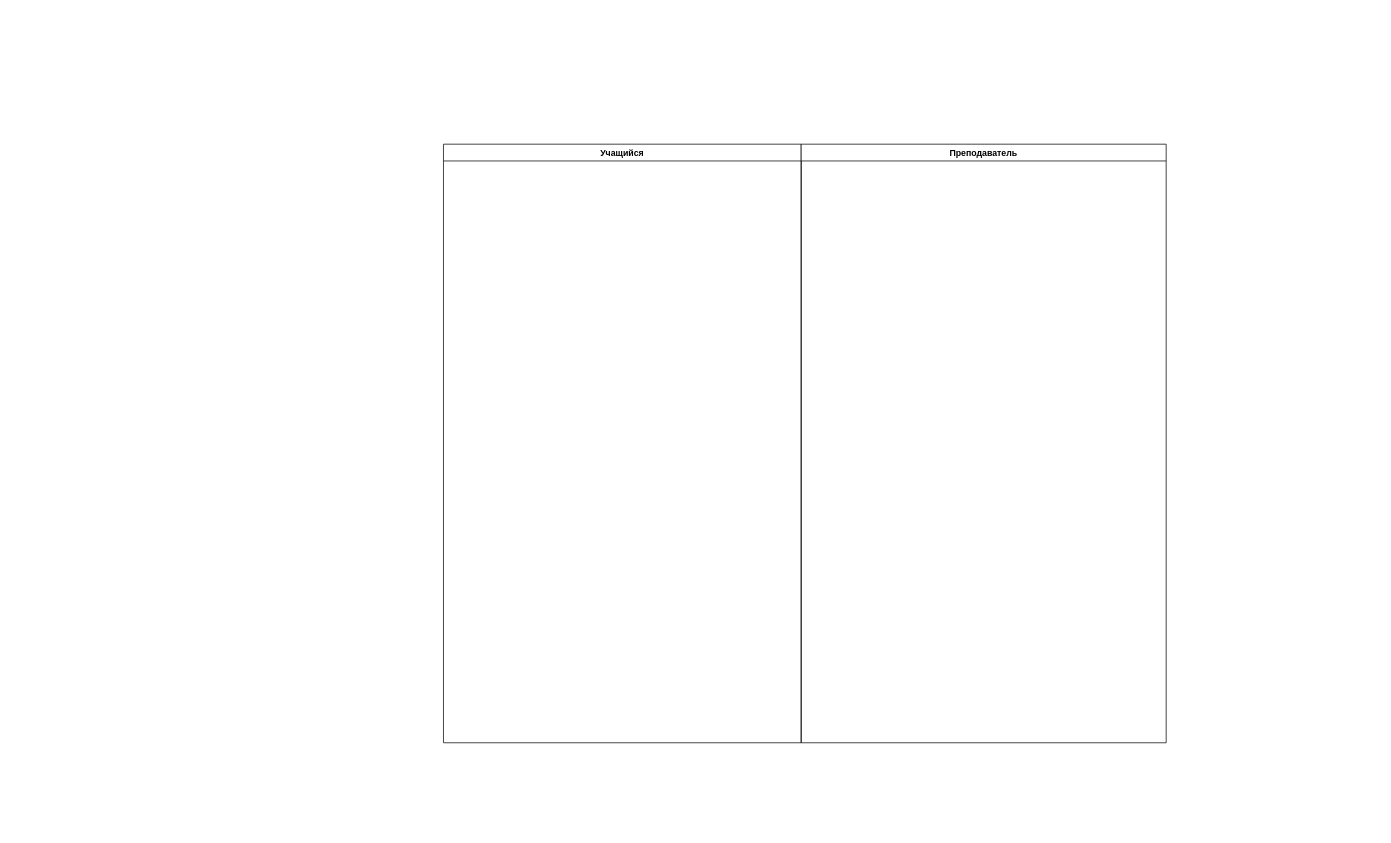
vishIGOR/SchemesForRequirementsEngineering keeps this draw.io diagram as diagrams/BusinessProcessesGoogleClass.drawio. Above is the earlier version. Source tidied: cells renumbered, new cells numbered last; positions are measured from the earlier drawing's top-left corner, leaving out a move shared by most shapes. Both pictures are drawn from the tidied source at 73%, with x=0, y=0 at pixel (443, 144).
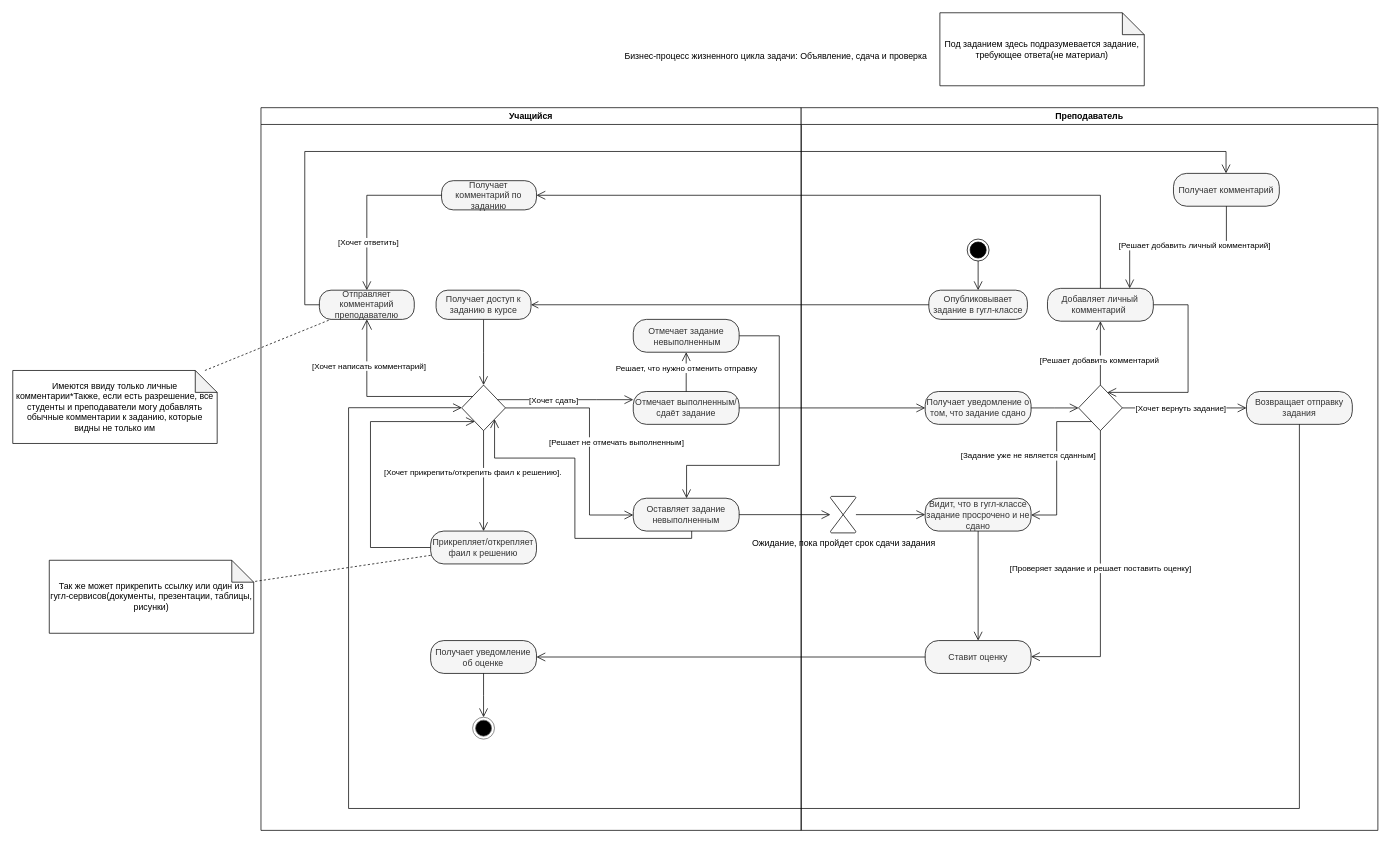
The same page after the edit.

Change to the diagram source:
```diff
@@
     <mxCell id="2" value="Учащийся" style="swimlane;" parent="1" vertex="1">
-      <mxGeometry width="490" height="820" as="geometry" />
+      <mxGeometry x="-250" y="-50" width="740" height="990" as="geometry" />
     </mxCell>
+    <mxCell id="4" style="edgeStyle=orthogonalEdgeStyle;rounded=0;jettySize=auto;html=1;endArrow=open;endFill=0;startSize=10;endSize=10;strokeColor=#000000;" parent="2" edge="1" source="5" target="6">
+      <mxGeometry relative="1" as="geometry" />
+    </mxCell>
+    <mxCell id="5" value="Получает доступ к заданию в курсе" style="rounded=1;whiteSpace=wrap;html=1;arcSize=40;fillColor=#f5f5f5;strokeColor=#000000;fontColor=#333333;" parent="2" vertex="1">
+      <mxGeometry x="239.9" y="250" width="130" height="40" as="geometry" />
+    </mxCell>
+    <mxCell id="6" style="rhombus;whiteSpace=wrap;html=1;strokeColor=#000000;" parent="2" vertex="1">
+      <mxGeometry x="274.9" y="380" width="60" height="62.5" as="geometry" />
+    </mxCell>
+    <mxCell id="7" style="edgeStyle=orthogonalEdgeStyle;rounded=0;jettySize=auto;html=1;endArrow=open;endFill=0;startSize=10;endSize=10;strokeColor=#000000;" parent="2" edge="1" source="8" target="6">
+      <mxGeometry relative="1" as="geometry">
+        <Array as="points">
+          <mxPoint x="150" y="603" />
+          <mxPoint x="150" y="430" />
+        </Array>
+      </mxGeometry>
+    </mxCell>
+    <mxCell id="8" value="Прикрепляет/открепляет фаил к решению" style="rounded=1;whiteSpace=wrap;html=1;arcSize=40;fillColor=#f5f5f5;strokeColor=#000000;fontColor=#333333;" parent="2" vertex="1">
+      <mxGeometry x="232.4" y="580" width="145" height="45" as="geometry" />
+    </mxCell>
+    <mxCell id="9" style="edgeStyle=orthogonalEdgeStyle;rounded=0;jettySize=auto;html=1;endArrow=open;endFill=0;startSize=10;endSize=10;strokeColor=#000000;" parent="2" edge="1" source="6" target="8">
+      <mxGeometry relative="1" as="geometry" />
+    </mxCell>
+    <mxCell id="10" value="[Хочет прикрепить/открепить фаил к решению]." style="edgeLabel;html=1;align=center;verticalAlign=middle;" parent="9" vertex="1">
+      <mxGeometry x="-0.35" y="-1" relative="1" as="geometry">
+        <mxPoint x="-14" y="12" as="offset" />
+      </mxGeometry>
+    </mxCell>
+    <mxCell id="11" value="Получает комментарий по заданию" style="rounded=1;whiteSpace=wrap;html=1;arcSize=40;fillColor=#f5f5f5;strokeColor=#000000;fontColor=#333333;" parent="2" vertex="1">
+      <mxGeometry x="247.4" y="100" width="130" height="40" as="geometry" />
+    </mxCell>
+    <mxCell id="12" value="Отмечает выполненным/сдаёт задание" style="rounded=1;whiteSpace=wrap;html=1;arcSize=40;fillColor=#f5f5f5;strokeColor=#000000;fontColor=#333333;" parent="2" vertex="1">
+      <mxGeometry x="510" y="388.8" width="145" height="45" as="geometry" />
+    </mxCell>
+    <mxCell id="13" style="edgeStyle=orthogonalEdgeStyle;rounded=0;jettySize=auto;html=1;endArrow=open;endFill=0;startSize=10;endSize=10;strokeColor=#000000;" parent="2" edge="1" source="6" target="12">
+      <mxGeometry relative="1" as="geometry">
+        <Array as="points">
+          <mxPoint x="460" y="400" />
+          <mxPoint x="460" y="400" />
+        </Array>
+      </mxGeometry>
+    </mxCell>
+    <mxCell id="14" value="[Хочет сдать]" style="edgeLabel;html=1;align=center;verticalAlign=middle;" parent="13" vertex="1">
+      <mxGeometry x="-0.38" y="-1" relative="1" as="geometry">
+        <mxPoint x="18" y="-1" as="offset" />
+      </mxGeometry>
+    </mxCell>
+    <mxCell id="15" value="Отправляет комментарий преподавателю" style="rounded=1;whiteSpace=wrap;html=1;arcSize=40;fillColor=#f5f5f5;strokeColor=#000000;fontColor=#333333;" parent="2" vertex="1">
+      <mxGeometry x="80" y="250" width="130" height="40" as="geometry" />
+    </mxCell>
+    <mxCell id="16" style="endArrow=open;endFill=1;endSize=12;html=1;rounded=0;strokeColor=#000000;exitX=0;exitY=0;exitDx=0;exitDy=0;edgeStyle=orthogonalEdgeStyle;" parent="2" edge="1" source="6" target="15">
+      <mxGeometry relative="1" as="geometry" />
+    </mxCell>
+    <mxCell id="17" value="[Хочет написать комментарий]" style="edgeLabel;html=1;align=center;verticalAlign=middle;" parent="16" vertex="1">
+      <mxGeometry x="0.49" y="-2" relative="1" as="geometry" />
+    </mxCell>
+    <mxCell id="18" style="edgeStyle=orthogonalEdgeStyle;rounded=0;jettySize=auto;html=1;endArrow=open;endFill=0;startSize=10;endSize=10;strokeColor=#000000;" parent="2" edge="1" source="11" target="15">
+      <mxGeometry relative="1" as="geometry" />
+    </mxCell>
+    <mxCell id="19" value="[Хочет ответить]" style="edgeLabel;html=1;align=center;verticalAlign=middle;" parent="18" vertex="1">
+      <mxGeometry x="-0.15" y="2" relative="1" as="geometry">
+        <mxPoint x="-2" y="62" as="offset" />
+      </mxGeometry>
+    </mxCell>
+    <mxCell id="20" value="Получает уведомление об оценке" style="rounded=1;whiteSpace=wrap;html=1;arcSize=40;fillColor=#f5f5f5;strokeColor=#000000;fontColor=#333333;" parent="2" vertex="1">
+      <mxGeometry x="232.4" y="730" width="145" height="45" as="geometry" />
+    </mxCell>
+    <mxCell id="21" value="Оставляет задание невыполненным" style="rounded=1;whiteSpace=wrap;html=1;arcSize=40;fillColor=#f5f5f5;strokeColor=#000000;fontColor=#333333;" parent="2" vertex="1">
+      <mxGeometry x="510" y="535" width="145" height="45" as="geometry" />
+    </mxCell>
+    <mxCell id="22" style="endArrow=open;html=1;rounded=0;startSize=10;endSize=10;strokeColor=#000000;edgeStyle=orthogonalEdgeStyle;endFill=0;" parent="2" edge="1" source="6" target="21">
+      <mxGeometry relative="1" as="geometry">
+        <Array as="points">
+          <mxPoint x="450" y="411" />
+          <mxPoint x="450" y="558" />
+        </Array>
+      </mxGeometry>
+    </mxCell>
+    <mxCell id="23" value="[Решает не отмечать выполненным]" style="edgeLabel;html=1;align=center;verticalAlign=middle;" parent="22" vertex="1">
+      <mxGeometry x="0.03" y="-3" relative="1" as="geometry">
+        <mxPoint x="39" y="-5" as="offset" />
+      </mxGeometry>
+    </mxCell>
+    <mxCell id="24" style="edgeStyle=orthogonalEdgeStyle;rounded=0;jettySize=auto;html=1;endArrow=open;endFill=0;startSize=10;endSize=10;strokeColor=#000000;" parent="2" edge="1" source="21" target="6">
+      <mxGeometry relative="1" as="geometry">
+        <Array as="points">
+          <mxPoint x="590" y="590" />
+          <mxPoint x="430" y="590" />
+          <mxPoint x="430" y="480" />
+          <mxPoint x="320" y="480" />
+        </Array>
+      </mxGeometry>
+    </mxCell>
+    <mxCell id="25" style="edgeStyle=orthogonalEdgeStyle;rounded=0;jettySize=auto;html=1;endArrow=open;endFill=0;startSize=10;endSize=10;strokeColor=#000000;" parent="2" edge="1" source="26" target="21">
+      <mxGeometry relative="1" as="geometry">
+        <Array as="points">
+          <mxPoint x="710" y="312" />
+          <mxPoint x="710" y="490" />
+          <mxPoint x="583" y="490" />
+        </Array>
+      </mxGeometry>
+    </mxCell>
+    <mxCell id="26" value="Отмечает&amp;nbsp;задание&lt;br&gt;&amp;nbsp;невыполненным" style="rounded=1;whiteSpace=wrap;html=1;arcSize=40;fillColor=#f5f5f5;strokeColor=#000000;fontColor=#333333;" parent="2" vertex="1">
+      <mxGeometry x="510" y="290" width="145" height="45" as="geometry" />
+    </mxCell>
+    <mxCell id="27" style="edgeStyle=orthogonalEdgeStyle;rounded=0;jettySize=auto;html=1;endArrow=open;endFill=0;startSize=10;endSize=10;strokeColor=#000000;" parent="2" edge="1" source="12" target="26">
+      <mxGeometry relative="1" as="geometry">
+        <Array as="points">
+          <mxPoint x="582" y="350" />
+          <mxPoint x="582" y="350" />
+        </Array>
+      </mxGeometry>
+    </mxCell>
+    <mxCell id="28" value="Решает, что нужно отменить отправку" style="edgeLabel;html=1;align=center;verticalAlign=middle;" parent="27" vertex="1">
+      <mxGeometry x="-0.45" y="2" relative="1" as="geometry">
+        <mxPoint x="2" y="-17" as="offset" />
+      </mxGeometry>
+    </mxCell>
     <mxCell id="3" value="Преподаватель" style="swimlane;" parent="1" vertex="1">
-      <mxGeometry x="490" width="500" height="820" as="geometry" />
+      <mxGeometry x="490" y="-50" width="790" height="990" as="geometry" />
     </mxCell>
+    <mxCell id="29" style="ellipse;html=1;shape=endState;fillColor=#000000;strokeColor=#000000;fontColor=#333333;" parent="3" vertex="1">
+      <mxGeometry x="227.4" y="180" width="30" height="30" as="geometry" />
+    </mxCell>
+    <mxCell id="30" value="Опубликовывает задание в гугл-классе" style="rounded=1;whiteSpace=wrap;html=1;arcSize=40;fillColor=#f5f5f5;strokeColor=#000000;fontColor=#333333;" parent="3" vertex="1">
+      <mxGeometry x="174.9" y="250" width="135" height="40" as="geometry" />
+    </mxCell>
+    <mxCell id="31" style="edgeStyle=orthogonalEdgeStyle;rounded=0;jettySize=auto;html=1;endArrow=open;endFill=0;endSize=10;startSize=10;fillColor=#f5f5f5;strokeColor=#000000;" parent="3" edge="1" source="29" target="30">
+      <mxGeometry relative="1" as="geometry" />
+    </mxCell>
+    <mxCell id="32" value="Получает уведомление о том, что задание сдано" style="rounded=1;whiteSpace=wrap;html=1;arcSize=40;fillColor=#f5f5f5;strokeColor=#000000;fontColor=#333333;" parent="3" vertex="1">
+      <mxGeometry x="169.9" y="388.8" width="145" height="45" as="geometry" />
+    </mxCell>
+    <mxCell id="33" style="edgeStyle=orthogonalEdgeStyle;rounded=0;jettySize=auto;html=1;endArrow=open;endFill=0;startSize=10;endSize=10;strokeColor=#000000;" parent="3" edge="1" source="34" target="37">
+      <mxGeometry relative="1" as="geometry" />
+    </mxCell>
+    <mxCell id="34" value="Видит, что в гугл-классе задание просрочено и не сдано" style="rounded=1;whiteSpace=wrap;html=1;arcSize=40;fillColor=#f5f5f5;strokeColor=#000000;fontColor=#333333;" parent="3" vertex="1">
+      <mxGeometry x="169.9" y="535" width="145" height="45" as="geometry" />
+    </mxCell>
+    <mxCell id="35" style="edgeStyle=orthogonalEdgeStyle;rounded=0;jettySize=auto;html=1;endArrow=open;endFill=0;startSize=10;endSize=10;strokeColor=#000000;" parent="3" edge="1" source="36" target="34">
+      <mxGeometry relative="1" as="geometry" />
+    </mxCell>
+    <mxCell id="36" value="Ожидание, пока пройдет срок сдачи задания" style="verticalLabelPosition=bottom;verticalAlign=top;html=1;shape=mxgraph.flowchart.collate;strokeColor=#000000;" parent="3" vertex="1">
+      <mxGeometry x="40" y="532.5" width="35" height="50" as="geometry" />
+    </mxCell>
+    <mxCell id="37" value="Ставит оценку" style="rounded=1;whiteSpace=wrap;html=1;arcSize=40;fillColor=#f5f5f5;strokeColor=#000000;fontColor=#333333;" parent="3" vertex="1">
+      <mxGeometry x="169.9" y="730" width="145" height="45" as="geometry" />
+    </mxCell>
+    <mxCell id="38" style="edgeStyle=orthogonalEdgeStyle;rounded=0;jettySize=auto;html=1;endArrow=open;endFill=0;startSize=10;endSize=10;strokeColor=#000000;" parent="3" edge="1" source="42" target="47">
+      <mxGeometry relative="1" as="geometry" />
+    </mxCell>
+    <mxCell id="39" value="[Решает добавить комментарий&amp;nbsp;" style="edgeLabel;html=1;align=center;verticalAlign=middle;" parent="38" vertex="1">
+      <mxGeometry x="-0.21" relative="1" as="geometry" />
+    </mxCell>
+    <mxCell id="40" style="edgeStyle=orthogonalEdgeStyle;rounded=0;jettySize=auto;html=1;endArrow=open;endFill=0;startSize=10;endSize=10;strokeColor=#000000;" parent="3" edge="1" source="42" target="48">
+      <mxGeometry relative="1" as="geometry" />
+    </mxCell>
+    <mxCell id="41" value="[Хочет вернуть задание]" style="edgeLabel;html=1;align=center;verticalAlign=middle;" parent="40" vertex="1">
+      <mxGeometry x="-0.27" y="3" relative="1" as="geometry">
+        <mxPoint x="18" y="3" as="offset" />
+      </mxGeometry>
+    </mxCell>
+    <mxCell id="42" style="rhombus;whiteSpace=wrap;html=1;strokeColor=#000000;" parent="3" vertex="1">
+      <mxGeometry x="379.9" y="380" width="60" height="62.5" as="geometry" />
+    </mxCell>
+    <mxCell id="43" style="edgeStyle=orthogonalEdgeStyle;rounded=0;jettySize=auto;html=1;endArrow=open;endFill=0;startSize=10;endSize=10;strokeColor=#000000;" parent="3" edge="1" source="32" target="42">
+      <mxGeometry relative="1" as="geometry" />
+    </mxCell>
+    <mxCell id="44" style="edgeStyle=orthogonalEdgeStyle;rounded=0;jettySize=auto;html=1;endArrow=open;endFill=0;startSize=10;endSize=10;strokeColor=#000000;" parent="3" edge="1" source="42" target="37">
+      <mxGeometry relative="1" as="geometry">
+        <Array as="points">
+          <mxPoint x="409.9" y="752" />
+        </Array>
+      </mxGeometry>
+    </mxCell>
+    <mxCell id="45" value="[Проверяет задание и решает поставить оценку]" style="edgeLabel;html=1;align=center;verticalAlign=middle;" parent="44" vertex="1">
+      <mxGeometry x="0.57" y="1" relative="1" as="geometry">
+        <mxPoint x="8" y="-123" as="offset" />
+      </mxGeometry>
+    </mxCell>
+    <mxCell id="46" style="edgeStyle=orthogonalEdgeStyle;rounded=0;jettySize=auto;html=1;endArrow=open;endFill=0;startSize=10;endSize=10;strokeColor=#000000;" parent="3" edge="1" source="47" target="42">
+      <mxGeometry relative="1" as="geometry">
+        <Array as="points">
+          <mxPoint x="530" y="270" />
+          <mxPoint x="530" y="390" />
+        </Array>
+      </mxGeometry>
+    </mxCell>
+    <mxCell id="47" value="Добавляет личный комментарий&amp;nbsp;" style="rounded=1;whiteSpace=wrap;html=1;arcSize=40;fillColor=#f5f5f5;strokeColor=#000000;fontColor=#333333;" parent="3" vertex="1">
+      <mxGeometry x="337.4" y="247.5" width="145" height="45" as="geometry" />
+    </mxCell>
+    <mxCell id="48" value="Возвращает отправку задания" style="rounded=1;whiteSpace=wrap;html=1;arcSize=40;fillColor=#f5f5f5;strokeColor=#000000;fontColor=#333333;" parent="3" vertex="1">
+      <mxGeometry x="610" y="388.8" width="145" height="45" as="geometry" />
+    </mxCell>
+    <mxCell id="49" value="Получает комментарий" style="rounded=1;whiteSpace=wrap;html=1;arcSize=40;fillColor=#f5f5f5;strokeColor=#000000;fontColor=#333333;" parent="3" vertex="1">
+      <mxGeometry x="510" y="90" width="145" height="45" as="geometry" />
+    </mxCell>
+    <mxCell id="50" style="edgeStyle=orthogonalEdgeStyle;rounded=0;jettySize=auto;html=1;endArrow=open;endFill=0;startSize=10;endSize=10;strokeColor=#000000;" parent="3" edge="1" source="49" target="47">
+      <mxGeometry relative="1" as="geometry">
+        <Array as="points">
+          <mxPoint x="450" y="188" />
+        </Array>
+      </mxGeometry>
+    </mxCell>
+    <mxCell id="51" value="[Решает добавить личный комментарий]" style="edgeLabel;html=1;align=center;verticalAlign=middle;" parent="50" vertex="1">
+      <mxGeometry x="-0.21" relative="1" as="geometry" />
+    </mxCell>
+    <mxCell id="52" style="endArrow=open;html=1;rounded=0;startSize=10;endSize=10;strokeColor=#000000;endFill=0;edgeStyle=orthogonalEdgeStyle;" parent="3" edge="1" source="42" target="34">
+      <mxGeometry relative="1" as="geometry">
+        <Array as="points">
+          <mxPoint x="350" y="430" />
+          <mxPoint x="350" y="558" />
+        </Array>
+      </mxGeometry>
+    </mxCell>
+    <mxCell id="53" value="[Задание уже не является сданным]" style="edgeLabel;html=1;align=center;verticalAlign=middle;" parent="52" vertex="1">
+      <mxGeometry x="-0.11" relative="1" as="geometry">
+        <mxPoint x="-40" as="offset" />
+      </mxGeometry>
+    </mxCell>
+    <mxCell id="54" value="Бизнес-процесс жизненного цикла задачи: Объявление, сдача и проверка" style="text;html=1;align=center;verticalAlign=middle;strokeColor=none;fillColor=none;" parent="1" vertex="1">
+      <mxGeometry x="240" y="-130" width="430" height="20" as="geometry" />
+    </mxCell>
+    <mxCell id="55" value="Под заданием здесь подразумевается задание, требующее ответа(не материал)" style="shape=note;whiteSpace=wrap;html=1;backgroundOutline=1;darkOpacity=0.05;" parent="1" vertex="1">
+      <mxGeometry x="680" y="-180" width="280" height="100" as="geometry" />
+    </mxCell>
+    <mxCell id="56" style="edgeStyle=orthogonalEdgeStyle;html=1;verticalAlign=bottom;endArrow=open;endSize=8;rounded=0;fillColor=#f5f5f5;strokeColor=#000000;" parent="1" edge="1" source="30" target="5">
+      <mxGeometry relative="1" as="geometry" />
+    </mxCell>
+    <mxCell id="57" value="Так же может прикрепить ссылку или один из гугл-сервисов(документы, презентации, таблицы, рисунки)" style="shape=note;whiteSpace=wrap;html=1;backgroundOutline=1;darkOpacity=0.05;" parent="1" vertex="1">
+      <mxGeometry x="-540" y="570" width="280" height="100" as="geometry" />
+    </mxCell>
+    <mxCell id="58" style="endArrow=none;dashed=1;html=1;rounded=0;startSize=10;endSize=10;strokeColor=#000000;" parent="1" edge="1" source="8" target="57">
+      <mxGeometry relative="1" as="geometry" />
+    </mxCell>
+    <mxCell id="59" style="edgeStyle=orthogonalEdgeStyle;rounded=0;jettySize=auto;html=1;endArrow=open;endFill=0;startSize=10;endSize=10;strokeColor=#000000;" parent="1" edge="1" source="47" target="11">
+      <mxGeometry relative="1" as="geometry">
+        <Array as="points">
+          <mxPoint x="900" y="70" />
+        </Array>
+      </mxGeometry>
+    </mxCell>
+    <mxCell id="60" style="edgeStyle=orthogonalEdgeStyle;rounded=0;jettySize=auto;html=1;endArrow=open;endFill=0;startSize=10;endSize=10;strokeColor=#000000;startArrow=none;" parent="1" edge="1" source="12" target="32">
+      <mxGeometry relative="1" as="geometry" />
+    </mxCell>
+    <mxCell id="61" style="edgeStyle=orthogonalEdgeStyle;rounded=0;jettySize=auto;html=1;endArrow=open;endFill=0;startSize=10;endSize=10;strokeColor=#000000;" parent="1" edge="1" source="48" target="6">
+      <mxGeometry relative="1" as="geometry">
+        <Array as="points">
+          <mxPoint x="1173" y="910" />
+          <mxPoint x="-130" y="910" />
+          <mxPoint x="-130" y="361" />
+        </Array>
+      </mxGeometry>
+    </mxCell>
+    <mxCell id="62" style="edgeStyle=orthogonalEdgeStyle;rounded=0;jettySize=auto;html=1;endArrow=open;endFill=0;startSize=10;endSize=10;strokeColor=#000000;" parent="1" edge="1" source="15" target="49">
+      <mxGeometry relative="1" as="geometry">
+        <Array as="points">
+          <mxPoint x="-190" y="220" />
+          <mxPoint x="-190" y="10" />
+          <mxPoint x="1072" y="10" />
+        </Array>
+      </mxGeometry>
+    </mxCell>
+    <mxCell id="63" value="Имеются ввиду только личные комментарии*Также, если есть разрешение, все студенты и преподаватели могу добавлять обычные комментарии к заданию, которые видны не только им" style="shape=note;whiteSpace=wrap;html=1;backgroundOutline=1;darkOpacity=0.05;" parent="1" vertex="1">
+      <mxGeometry x="-590" y="310" width="280" height="100" as="geometry" />
+    </mxCell>
+    <mxCell id="64" style="endArrow=none;dashed=1;html=1;rounded=0;startSize=10;endSize=10;strokeColor=#000000;" parent="1" edge="1" source="63" target="15">
+      <mxGeometry relative="1" as="geometry" />
+    </mxCell>
+    <mxCell id="65" style="edgeStyle=orthogonalEdgeStyle;rounded=0;jettySize=auto;html=1;endArrow=open;endFill=0;startSize=10;endSize=10;strokeColor=#000000;" parent="1" edge="1" source="37" target="20">
+      <mxGeometry relative="1" as="geometry" />
+    </mxCell>
+    <mxCell id="66" style="edgeStyle=orthogonalEdgeStyle;rounded=0;jettySize=auto;html=1;endArrow=open;endFill=0;startSize=10;endSize=10;strokeColor=#000000;" parent="1" edge="1" source="20" target="67">
+      <mxGeometry relative="1" as="geometry" />
+    </mxCell>
+    <mxCell id="67" style="ellipse;html=1;shape=endState;fillColor=#000000;strokeColor=#666666;fontColor=#333333;" parent="1" vertex="1">
+      <mxGeometry x="39.9" y="785" width="30" height="30" as="geometry" />
+    </mxCell>
+    <mxCell id="68" style="edgeStyle=orthogonalEdgeStyle;rounded=0;jettySize=auto;html=1;endArrow=open;endFill=0;startSize=10;endSize=10;strokeColor=#000000;" parent="1" edge="1" source="21" target="36">
+      <mxGeometry relative="1" as="geometry" />
+    </mxCell>
```
